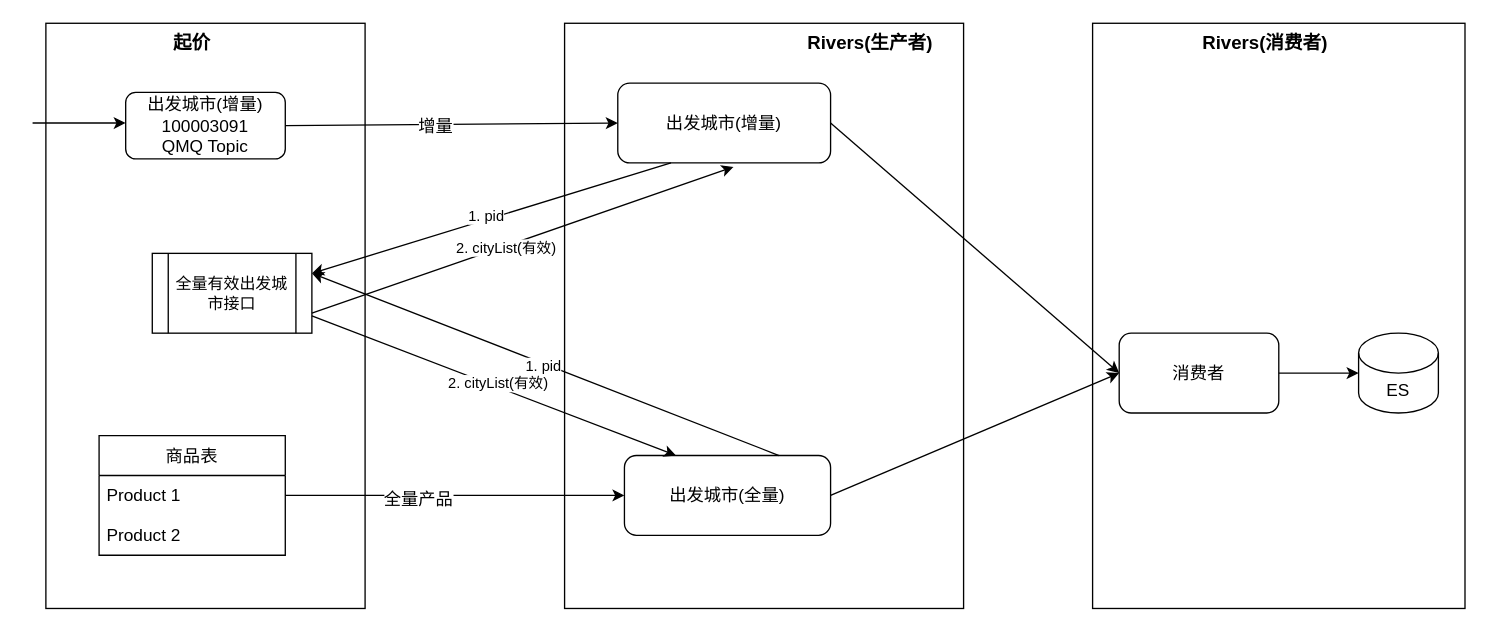
Before: 索引出发城市更新V2.drawio in haiyang1985/draw-io, a draw.io diagram. Source tidied: cells renumbered, new cells numbered last; positions are measured from the earlier drawing's top-left corner, leaving out a move shared by most shapes. Both pictures are drawn from the tidied source at 133%, with x=0, y=0 at pixel (32, 23).
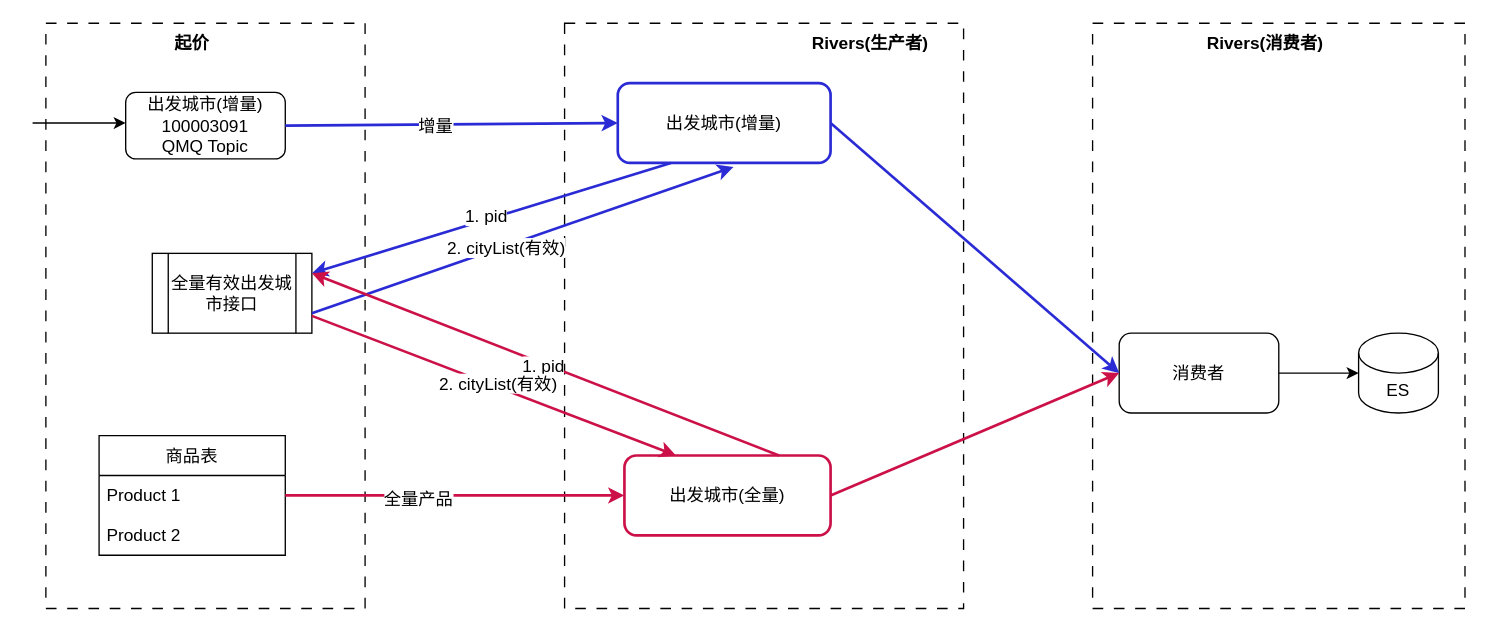
Above is the later version.

Commit message:
更新索引出发城市更新V2.drawio

The change refers to these unchanged cells:
```xml
<mxCell id="8" value="出发城市(增量)&lt;div&gt;100003091&lt;/div&gt;&lt;div&gt;QMQ Topic&lt;/div&gt;" style="rounded=1;whiteSpace=wrap;html=1;fontSize=13;" parent="1" vertex="1">
  <mxGeometry x="70" y="52" width="120" height="50" as="geometry" />
</mxCell>
<mxCell id="13" value="消费者" style="rounded=1;whiteSpace=wrap;html=1;fontSize=13;" parent="1" vertex="1">
  <mxGeometry x="817" y="233" width="120" height="60" as="geometry" />
</mxCell>
<mxCell id="18" value="Product 1" style="text;strokeColor=none;fillColor=none;align=left;verticalAlign=middle;spacingLeft=4;spacingRight=4;overflow=hidden;points=[[0,0.5],[1,0.5]];portConstraint=eastwest;whiteSpace=wrap;html=1;fontSize=13;" parent="17" vertex="1">
  <mxGeometry y="30" width="140" height="30" as="geometry" />
</mxCell>
```

What changed in the source:
```diff
@@
-    <mxCell id="2" style="rounded=0;whiteSpace=wrap;html=1;" parent="1" vertex="1">
+    <mxCell id="2" style="rounded=0;whiteSpace=wrap;html=1;fontSize=13;dashed=1;dashPattern=8 8;" parent="1" vertex="1">
       <mxGeometry x="400" width="300" height="440" as="geometry" />
     </mxCell>
-    <mxCell id="3" style="rounded=0;whiteSpace=wrap;html=1;" parent="1" vertex="1">
+    <mxCell id="3" style="rounded=0;whiteSpace=wrap;html=1;fontSize=13;dashed=1;dashPattern=8 8;" parent="1" vertex="1">
       <mxGeometry x="797" width="280" height="440" as="geometry" />
     </mxCell>
-    <mxCell id="4" style="rounded=0;whiteSpace=wrap;html=1;" parent="1" vertex="1">
+    <mxCell id="4" style="rounded=0;whiteSpace=wrap;html=1;fontSize=13;dashed=1;dashPattern=8 8;" parent="1" vertex="1">
       <mxGeometry x="10" width="240" height="440" as="geometry" />
     </mxCell>
-    <mxCell id="5" value="起价" style="text;html=1;whiteSpace=wrap;strokeColor=none;fillColor=none;align=center;verticalAlign=middle;rounded=0;fontSize=14;fontStyle=1;" parent="1" vertex="1">
+    <mxCell id="5" value="起价" style="text;html=1;whiteSpace=wrap;strokeColor=none;fillColor=none;align=center;verticalAlign=middle;rounded=0;fontSize=13;fontStyle=1;" parent="1" vertex="1">
       <mxGeometry x="90" width="60" height="30" as="geometry" />
     </mxCell>
-    <mxCell id="6" value="Rivers(生产者)" style="text;html=1;whiteSpace=wrap;strokeColor=none;fillColor=none;align=center;verticalAlign=middle;rounded=0;fontSize=14;fontStyle=1;" parent="1" vertex="1">
+    <mxCell id="6" value="Rivers(生产者)" style="text;html=1;whiteSpace=wrap;strokeColor=none;fillColor=none;align=center;verticalAlign=middle;rounded=0;fontSize=13;fontStyle=1;" parent="1" vertex="1">
       <mxGeometry x="580" width="100" height="30" as="geometry" />
     </mxCell>
-    <mxCell id="7" value="Rivers(消费者)" style="text;html=1;whiteSpace=wrap;strokeColor=none;fillColor=none;align=center;verticalAlign=middle;rounded=0;fontSize=14;fontStyle=1;" parent="1" vertex="1">
+    <mxCell id="7" value="Rivers(消费者)" style="text;html=1;whiteSpace=wrap;strokeColor=none;fillColor=none;align=center;verticalAlign=middle;rounded=0;fontSize=13;fontStyle=1;" parent="1" vertex="1">
       <mxGeometry x="877" width="100" height="30" as="geometry" />
     </mxCell>
@@
-    <mxCell id="9" value="出发城市(增量)" style="rounded=1;whiteSpace=wrap;html=1;fontSize=13;" parent="1" vertex="1">
+    <mxCell id="9" value="出发城市(增量)" style="rounded=1;whiteSpace=wrap;html=1;fontSize=13;strokeWidth=2;strokeColor=#2B2BD5;" parent="1" vertex="1">
       <mxGeometry x="440" y="45" width="160" height="60" as="geometry" />
     </mxCell>
-    <mxCell id="10" style="endArrow=classic;html=1;rounded=0;exitX=1;exitY=0.5;exitDx=0;exitDy=0;entryX=0;entryY=0.5;entryDx=0;entryDy=0;fontSize=13;" parent="1" edge="1" source="8" target="9">
+    <mxCell id="10" style="endArrow=classic;html=1;rounded=0;exitX=1;exitY=0.5;exitDx=0;exitDy=0;entryX=0;entryY=0.5;entryDx=0;entryDy=0;fontSize=13;strokeWidth=2;strokeColor=#2B2BD5;" parent="1" edge="1" source="8" target="9">
       <mxGeometry relative="1" as="geometry" />
     </mxCell>
@@
-    <mxCell id="14" style="endArrow=classic;html=1;rounded=0;exitX=1;exitY=0.5;exitDx=0;exitDy=0;entryX=0;entryY=0.5;entryDx=0;entryDy=0;fontSize=13;" parent="1" edge="1" source="9" target="13">
+    <mxCell id="14" style="endArrow=classic;html=1;rounded=0;exitX=1;exitY=0.5;exitDx=0;exitDy=0;entryX=0;entryY=0.5;entryDx=0;entryDy=0;fontSize=13;strokeWidth=2;strokeColor=#2B2BD5;" parent="1" edge="1" source="9" target="13">
       <mxGeometry relative="1" as="geometry" />
     </mxCell>
@@
-    <mxCell id="16" value="出发城市(全量)" style="rounded=1;whiteSpace=wrap;html=1;fontSize=13;" parent="1" vertex="1">
+    <mxCell id="16" value="出发城市(全量)" style="rounded=1;whiteSpace=wrap;html=1;fontSize=13;strokeWidth=2;strokeColor=#CB1148;" parent="1" vertex="1">
       <mxGeometry x="445" y="325" width="155" height="60" as="geometry" />
     </mxCell>
@@
-    <mxCell id="20" style="endArrow=classic;html=1;rounded=0;entryX=0;entryY=0.5;entryDx=0;entryDy=0;exitX=1;exitY=0.5;exitDx=0;exitDy=0;fontSize=13;" parent="1" edge="1" source="18" target="16">
+    <mxCell id="20" style="endArrow=classic;html=1;rounded=0;entryX=0;entryY=0.5;entryDx=0;entryDy=0;exitX=1;exitY=0.5;exitDx=0;exitDy=0;fontSize=13;strokeWidth=2;strokeColor=#CB1148;" parent="1" edge="1" source="18" target="16">
       <mxGeometry relative="1" as="geometry" />
     </mxCell>
@@
-    <mxCell id="22" style="endArrow=classic;html=1;rounded=0;exitX=1;exitY=0.5;exitDx=0;exitDy=0;fontSize=13;entryX=0;entryY=0.5;entryDx=0;entryDy=0;" parent="1" edge="1" source="16" target="13">
+    <mxCell id="22" style="endArrow=classic;html=1;rounded=0;exitX=1;exitY=0.5;exitDx=0;exitDy=0;fontSize=13;entryX=0;entryY=0.5;entryDx=0;entryDy=0;strokeWidth=2;strokeColor=#CB1148;" parent="1" edge="1" source="16" target="13">
       <mxGeometry relative="1" as="geometry" />
     </mxCell>
@@
-    <mxCell id="24" value="全量有效出发城市接口" style="shape=process;whiteSpace=wrap;html=1;backgroundOutline=1;" parent="1" vertex="1">
+    <mxCell id="24" value="全量有效出发城市接口" style="shape=process;whiteSpace=wrap;html=1;backgroundOutline=1;fontSize=13;" parent="1" vertex="1">
       <mxGeometry x="90" y="173" width="120" height="60" as="geometry" />
     </mxCell>
-    <mxCell id="25" style="endArrow=classic;html=1;rounded=0;exitX=0.25;exitY=1;exitDx=0;exitDy=0;entryX=1;entryY=0.25;entryDx=0;entryDy=0;" parent="1" edge="1" source="9" target="24">
+    <mxCell id="25" style="endArrow=classic;html=1;rounded=0;exitX=0.25;exitY=1;exitDx=0;exitDy=0;entryX=1;entryY=0.25;entryDx=0;entryDy=0;fontSize=13;strokeWidth=2;strokeColor=#2B2BD5;" parent="1" edge="1" source="9" target="24">
       <mxGeometry relative="1" as="geometry" />
     </mxCell>
-    <mxCell id="26" value="1. pid" style="edgeLabel;html=1;align=center;verticalAlign=middle;" parent="25" vertex="1">
+    <mxCell id="26" value="1. pid" style="edgeLabel;html=1;align=center;verticalAlign=middle;fontSize=13;" parent="25" vertex="1">
       <mxGeometry x="0.03" y="-3" relative="1" as="geometry" />
     </mxCell>
-    <mxCell id="27" style="endArrow=classic;html=1;rounded=0;exitX=1;exitY=0.75;exitDx=0;exitDy=0;entryX=0.544;entryY=1.05;entryDx=0;entryDy=0;entryPerimeter=0;" parent="1" edge="1" source="24" target="9">
+    <mxCell id="27" style="endArrow=classic;html=1;rounded=0;exitX=1;exitY=0.75;exitDx=0;exitDy=0;entryX=0.544;entryY=1.05;entryDx=0;entryDy=0;entryPerimeter=0;fontSize=13;strokeWidth=2;strokeColor=#2B2BD5;" parent="1" edge="1" source="24" target="9">
       <mxGeometry relative="1" as="geometry" />
     </mxCell>
-    <mxCell id="28" value="2. cityList(有效)" style="edgeLabel;html=1;align=center;verticalAlign=middle;" parent="27" vertex="1">
+    <mxCell id="28" value="2. cityList(有效)" style="edgeLabel;html=1;align=center;verticalAlign=middle;fontSize=13;" parent="27" vertex="1">
       <mxGeometry x="-0.08" y="-1" relative="1" as="geometry" />
     </mxCell>
-    <mxCell id="29" style="endArrow=classic;html=1;rounded=0;entryX=1;entryY=0.25;entryDx=0;entryDy=0;exitX=0.75;exitY=0;exitDx=0;exitDy=0;" parent="1" edge="1" source="16" target="24">
+    <mxCell id="29" style="endArrow=classic;html=1;rounded=0;entryX=1;entryY=0.25;entryDx=0;entryDy=0;exitX=0.75;exitY=0;exitDx=0;exitDy=0;fontSize=13;strokeWidth=2;strokeColor=#CB1148;" parent="1" edge="1" source="16" target="24">
       <mxGeometry relative="1" as="geometry" />
     </mxCell>
-    <mxCell id="30" value="1. pid" style="edgeLabel;html=1;align=center;verticalAlign=middle;" parent="29" vertex="1">
+    <mxCell id="30" value="1. pid" style="edgeLabel;html=1;align=center;verticalAlign=middle;fontSize=13;" parent="29" vertex="1">
       <mxGeometry x="0.01" y="2" relative="1" as="geometry" />
     </mxCell>
-    <mxCell id="31" style="endArrow=classic;html=1;rounded=0;entryX=0.25;entryY=0;entryDx=0;entryDy=0;" parent="1" edge="1" target="16">
+    <mxCell id="31" style="endArrow=classic;html=1;rounded=0;entryX=0.25;entryY=0;entryDx=0;entryDy=0;fontSize=13;strokeWidth=2;strokeColor=#CB1148;" parent="1" edge="1" target="16">
       <mxGeometry relative="1" as="geometry">
         <mxPoint x="210" y="220" as="sourcePoint" />
       </mxGeometry>
     </mxCell>
-    <mxCell id="32" value="2. cityList(有效)" style="edgeLabel;html=1;align=center;verticalAlign=middle;" parent="31" vertex="1">
+    <mxCell id="32" value="2. cityList(有效)" style="edgeLabel;html=1;align=center;verticalAlign=middle;fontSize=13;" parent="31" vertex="1">
       <mxGeometry x="0.01" y="3" relative="1" as="geometry" />
     </mxCell>
```
